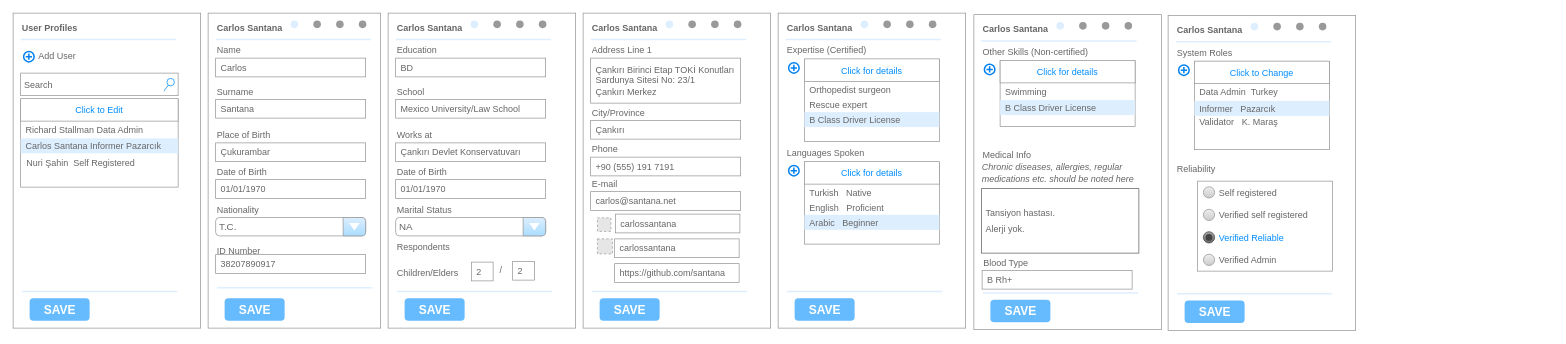
Above: page "User Profiles" (2 of 2) of mockups/ProfileMockup.drawio in bounswe/bounswe2023group2 (draw.io), before the change. Source tidied: cells renumbered, new cells numbered last; positions are measured from the earlier drawing's top-left corner, leaving out a move shared by most shapes. Both pictures are drawn from the tidied source at 75%, with x=0, y=0 at pixel (13, 13). Pictures stored in the file or linked from it are replaced by grey dashed boxes.
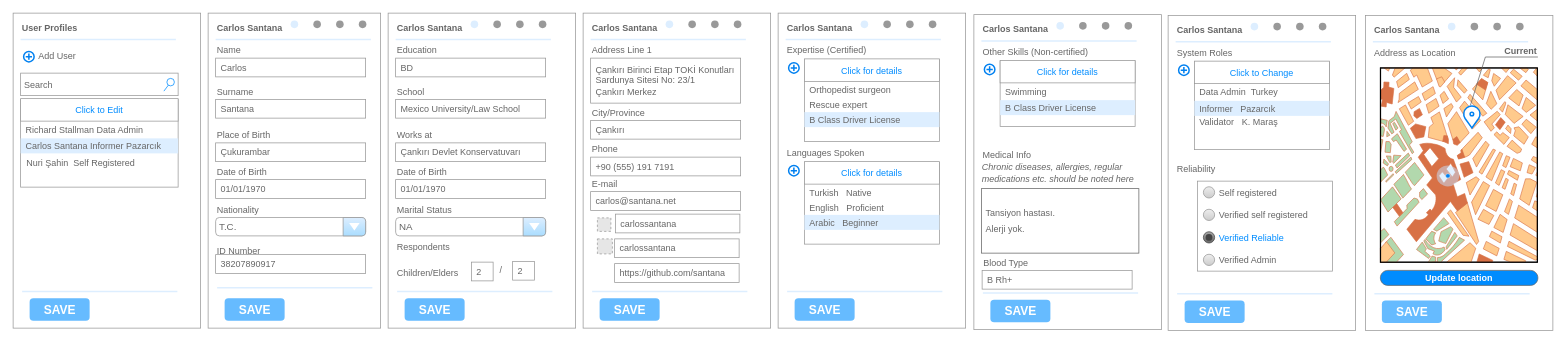
The same diagram, later.

The edit, as a diff of the source:
```diff
@@
+    <mxCell id="165" style="group;" parent="1" vertex="1">
+      <mxGeometry x="1803" y="3" width="250" height="420" as="geometry" />
+    </mxCell>
+    <mxCell id="166" style="group;fontSize=12;" parent="165" vertex="1">
+      <mxGeometry width="250" height="420" as="geometry" />
+    </mxCell>
+    <mxCell id="167" style="group;" parent="166" vertex="1">
+      <mxGeometry width="250" height="420" as="geometry" />
+    </mxCell>
+    <mxCell id="168" style="strokeWidth=1;shadow=0;dashed=0;align=center;html=1;shape=mxgraph.mockup.forms.rrect;rSize=0;strokeColor=#999999;fillColor=#ffffff;fontStyle=0;" parent="167" vertex="1">
+      <mxGeometry width="250" height="420" as="geometry" />
+    </mxCell>
+    <mxCell id="169" value="Carlos Santana" style="strokeWidth=1;shadow=0;dashed=0;align=center;html=1;shape=mxgraph.mockup.forms.anchor;fontSize=12;fontColor=#666666;align=left;spacingLeft=0;fontStyle=1;" parent="168" vertex="1">
+      <mxGeometry width="115" height="20" relative="1" as="geometry">
+        <mxPoint x="10" y="10" as="offset" />
+      </mxGeometry>
+    </mxCell>
+    <mxCell id="170" style="shape=line;strokeColor=#ddeeff;strokeWidth=2;html=1;" parent="168" vertex="1">
+      <mxGeometry width="207" height="10" relative="1" as="geometry">
+        <mxPoint x="10" y="30" as="offset" />
+      </mxGeometry>
+    </mxCell>
+    <mxCell id="171" style="shape=line;strokeColor=#ddeeff;strokeWidth=2;html=1;" parent="168" vertex="1">
+      <mxGeometry y="1" width="207" height="10" relative="1" as="geometry">
+        <mxPoint x="12" y="-54" as="offset" />
+      </mxGeometry>
+    </mxCell>
+    <mxCell id="172" value="SAVE" style="strokeWidth=1;shadow=0;dashed=0;align=center;html=1;shape=mxgraph.mockup.forms.rrect;rSize=5;strokeColor=none;fontColor=#ffffff;fillColor=#66bbff;fontSize=16;fontStyle=1;" parent="168" vertex="1">
+      <mxGeometry y="1" width="80" height="30" relative="1" as="geometry">
+        <mxPoint x="22" y="-40" as="offset" />
+      </mxGeometry>
+    </mxCell>
+    <mxCell id="173" style="verticalLabelPosition=bottom;shadow=0;dashed=0;align=center;html=1;verticalAlign=top;strokeWidth=1;shape=mxgraph.mockup.navigation.pageControl;fillColor=#999999;strokeColor=#ddeeff;" parent="168" vertex="1">
+      <mxGeometry x="110" y="6.8" width="101" height="16.3" as="geometry" />
+    </mxCell>
+    <mxCell id="174" style="group;" parent="168" vertex="1">
+      <mxGeometry x="10" y="89" width="210" height="232" as="geometry" />
+    </mxCell>
+    <mxCell id="175" style="strokeWidth=1;shadow=0;dashed=0;align=center;html=1;shape=mxgraph.mockup.forms.anchor;fontSize=12;fontColor=#666666;align=left;spacingLeft=0;" parent="174" vertex="1">
+      <mxGeometry width="115" height="20" relative="1" as="geometry" />
+    </mxCell>
+    <mxCell id="176" style="group;" parent="168" vertex="1">
+      <mxGeometry x="10" y="40" width="115" height="40" as="geometry" />
+    </mxCell>
+    <mxCell id="177" value="Address as Location" style="strokeWidth=1;shadow=0;dashed=0;align=center;html=1;shape=mxgraph.mockup.forms.anchor;fontSize=12;fontColor=#666666;align=left;spacingLeft=0;" parent="176" vertex="1">
+      <mxGeometry width="115" height="20" relative="1" as="geometry" />
+    </mxCell>
+    <mxCell id="178" style="verticalLabelPosition=bottom;shadow=0;dashed=0;align=center;html=1;verticalAlign=top;strokeWidth=1;shape=mxgraph.mockup.misc.map;" parent="168" vertex="1">
+      <mxGeometry x="20" y="70" width="210" height="260" as="geometry" />
+    </mxCell>
+    <mxCell id="179" style="html=1;verticalLabelPosition=bottom;align=center;labelBackgroundColor=#ffffff;verticalAlign=top;strokeWidth=2;strokeColor=#0080F0;shadow=0;dashed=0;shape=mxgraph.ios7.icons.location;" parent="168" vertex="1">
+      <mxGeometry x="130" y="120" width="24" height="30" as="geometry" />
+    </mxCell>
+    <mxCell id="180" style="html=1;verticalLabelPosition=bottom;labelBackgroundColor=#ffffff;verticalAlign=top;shadow=0;dashed=0;strokeWidth=2;shape=mxgraph.ios7.misc.current_location;strokeColor=#ffffff;fillColor=#0080F0;sketch=0;" parent="168" vertex="1">
+      <mxGeometry x="95" y="200" width="30" height="28" as="geometry" />
+    </mxCell>
+    <mxCell id="181" value="&lt;font style=&quot;font-size: 12px;&quot;&gt;Update location&lt;/font&gt;" style="strokeWidth=1;shadow=0;dashed=0;align=center;html=1;shape=mxgraph.mockup.buttons.button;strokeColor=#666666;fontColor=#ffffff;mainText=;buttonStyle=round;fontSize=17;fontStyle=1;fillColor=#008cff;whiteSpace=wrap;" parent="168" vertex="1">
+      <mxGeometry x="20" y="340" width="210" height="20" as="geometry" />
+    </mxCell>
+    <mxCell id="182" value="&lt;font style=&quot;font-size: 12px;&quot;&gt;&lt;b&gt;Current&lt;/b&gt;&lt;/font&gt;" style="strokeWidth=1;shadow=0;dashed=0;align=center;html=1;shape=mxgraph.mockup.text.callout;linkText=;textSize=17;textColor=#666666;callDir=NE;callStyle=line;fontSize=17;fontColor=#666666;align=right;verticalAlign=top;strokeColor=#666666;" parent="168" vertex="1">
+      <mxGeometry x="140" y="30" width="90" height="90" as="geometry" />
+    </mxCell>
```
